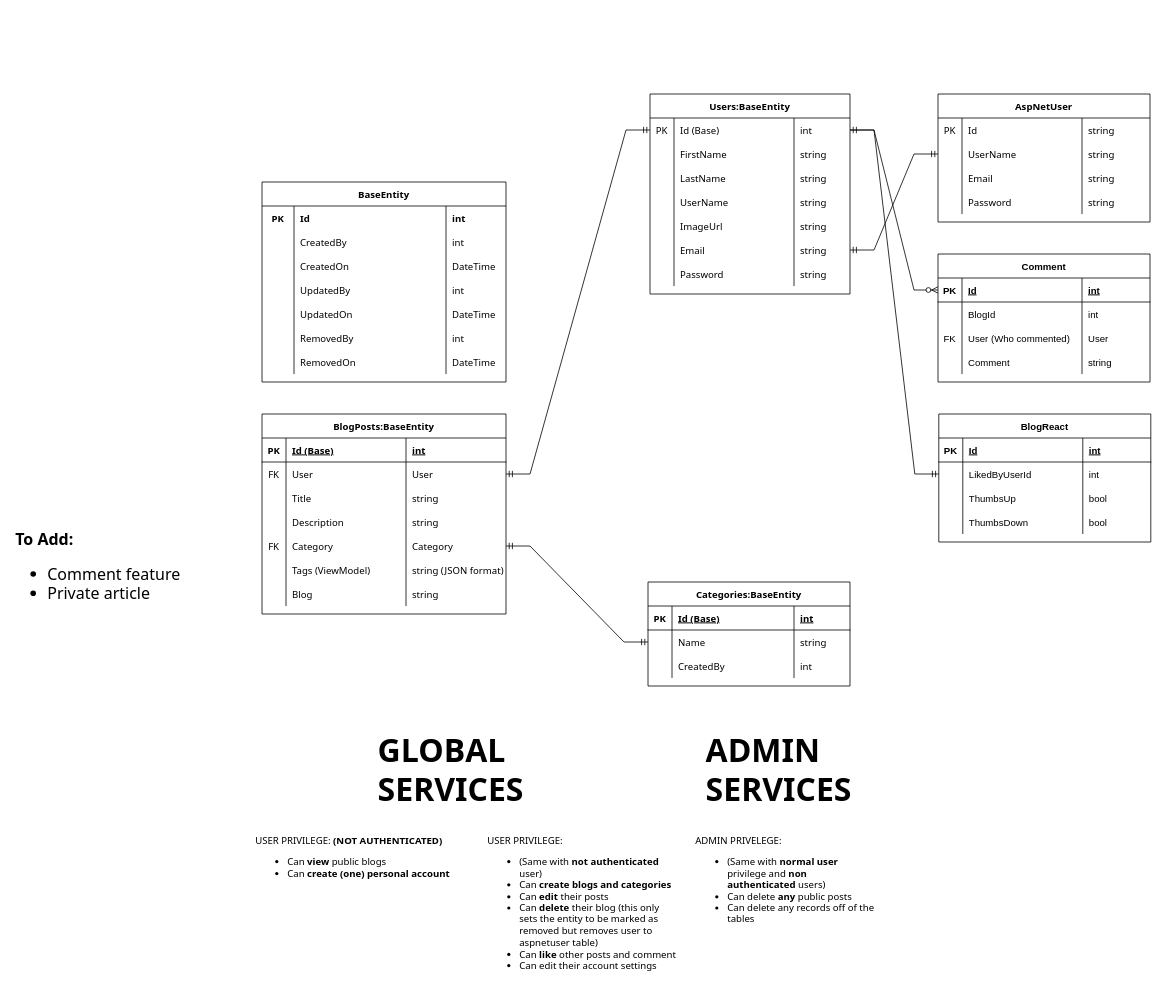
Above: WeBlog.drawio in genebit/draw.io-diagrams (draw.io), before the change. Source tidied: cells renumbered, new cells numbered last; positions are measured from the earlier drawing's top-left corner, leaving out a move shared by most shapes. Both pictures are drawn from the tidied source at 80%, with x=0, y=0 at pixel (14, 94).
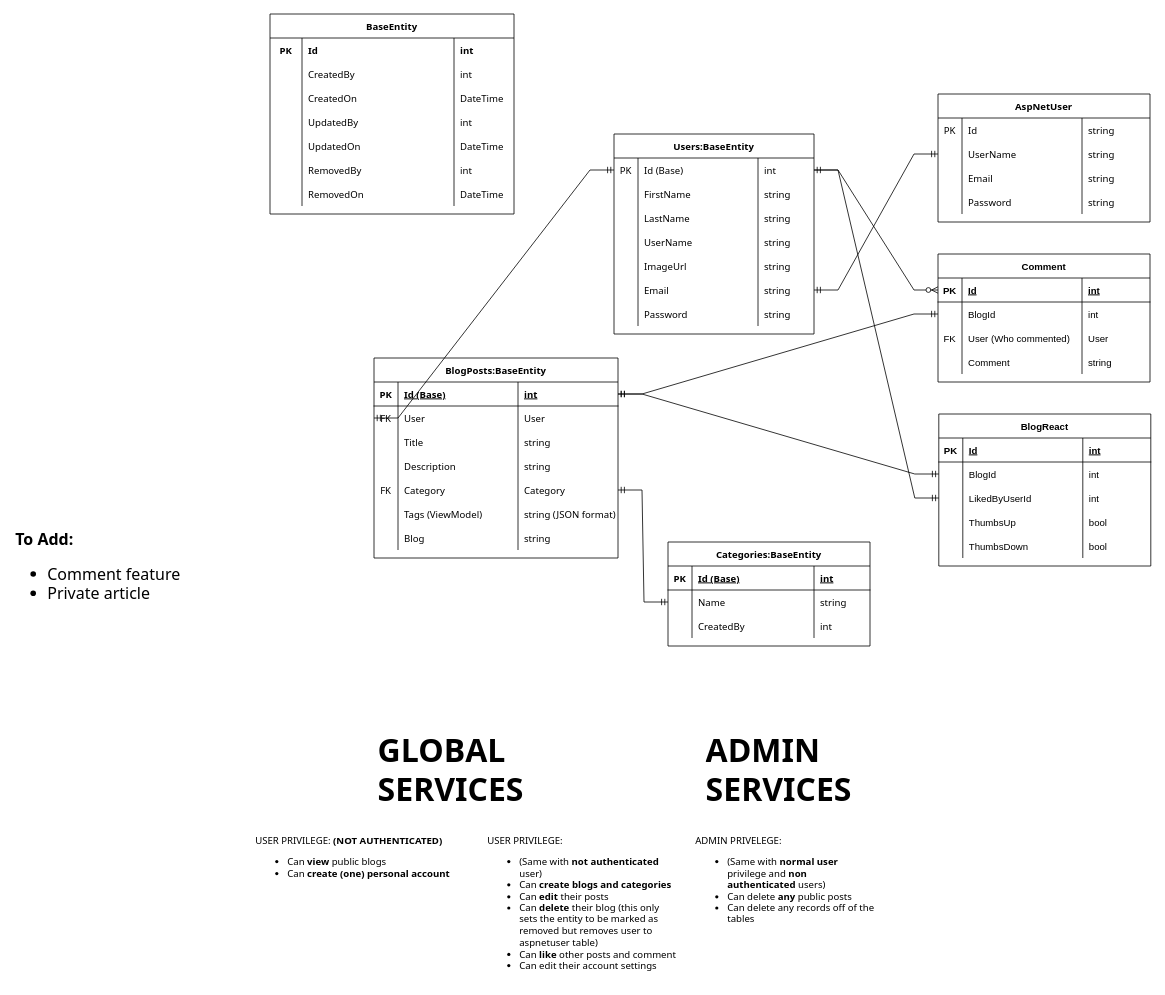
The same page after the edit.

Unchanged cells that the change refers to:
```xml
<mxCell id="3" style="shape=tableRow;horizontal=0;startSize=0;swimlaneHead=0;swimlaneBody=0;fillColor=none;points=[[0,0.5],[1,0.5]];portConstraint=eastwest;top=0;left=0;right=0;bottom=1;fontFamily=Tahoma;" parent="2" vertex="1">
  <mxGeometry y="30" width="305" height="30" as="geometry" />
</mxCell>
<mxCell id="7" style="shape=tableRow;horizontal=0;startSize=0;swimlaneHead=0;swimlaneBody=0;fillColor=none;points=[[0,0.5],[1,0.5]];portConstraint=eastwest;top=0;left=0;right=0;bottom=0;fontFamily=Tahoma;" parent="2" vertex="1">
  <mxGeometry y="60" width="305" height="30" as="geometry" />
</mxCell>
<mxCell id="32" style="shape=tableRow;horizontal=0;startSize=0;swimlaneHead=0;swimlaneBody=0;fillColor=none;points=[[0,0.5],[1,0.5]];portConstraint=eastwest;top=0;left=0;right=0;bottom=0;fontFamily=Tahoma;" parent="31" vertex="1">
  <mxGeometry y="30" width="250" height="30" as="geometry" />
</mxCell>
<mxCell id="133" style="shape=tableRow;horizontal=0;startSize=0;swimlaneHead=0;swimlaneBody=0;fillColor=none;points=[[0,0.5],[1,0.5]];portConstraint=eastwest;top=0;left=0;right=0;bottom=0;" parent="128" vertex="1">
  <mxGeometry y="60" width="265" height="30" as="geometry" />
</mxCell>
```

What changed in the source:
```diff
@@
     <mxCell id="2" value="BlogPosts:BaseEntity" style="shape=table;startSize=30;childLayout=tableLayout;rowLines=0;fontStyle=1;align=center;fontFamily=Tahoma;" parent="1" vertex="1">
-      <mxGeometry x="310" y="400" width="305" height="250" as="geometry" />
+      <mxGeometry x="450" y="330" width="305" height="250" as="geometry" />
     </mxCell>
@@
     <mxCell id="31" value="Users:BaseEntity" style="shape=table;startSize=30;childLayout=tableLayout;rowLines=0;fontStyle=1;align=center;fontFamily=Tahoma;" parent="1" vertex="1">
-      <mxGeometry x="795" width="250" height="250" as="geometry" />
+      <mxGeometry x="750" y="50" width="250" height="250" as="geometry" />
     </mxCell>
@@
     <mxCell id="60" value="Categories:BaseEntity" style="shape=table;startSize=30;childLayout=tableLayout;rowLines=0;fontStyle=1;align=center;fontFamily=Tahoma;" parent="1" vertex="1">
-      <mxGeometry x="792.5" y="610" width="252.5" height="130" as="geometry" />
+      <mxGeometry x="817.5" y="560" width="252.5" height="130" as="geometry" />
     </mxCell>
@@
     <mxCell id="73" value="BaseEntity" style="shape=table;startSize=30;childLayout=tableLayout;rowLines=0;fontStyle=1;align=center;fontFamily=Tahoma;" parent="1" vertex="1">
-      <mxGeometry x="310" y="110" width="305" height="250" as="geometry" />
+      <mxGeometry x="320" y="-100" width="305" height="250" as="geometry" />
     </mxCell>
@@
-    <mxCell id="126" style="edgeStyle=entityRelationEdgeStyle;fontSize=12;html=1;endArrow=ERmandOne;startArrow=ERmandOne;rounded=0;fontFamily=Tahoma;" parent="1" edge="1" source="7" target="32">
+    <mxCell id="126" style="edgeStyle=entityRelationEdgeStyle;fontSize=12;html=1;endArrow=ERmandOne;startArrow=ERmandOne;rounded=0;fontFamily=Tahoma;exitX=0;exitY=0.5;exitDx=0;exitDy=0;" parent="1" edge="1" source="7" target="32">
       <mxGeometry relative="1" as="geometry" />
     </mxCell>
@@
     <mxCell id="145" value="BlogReact" style="shape=table;startSize=30;childLayout=tableLayout;rowLines=0;fontStyle=1;align=center;" parent="1" vertex="1">
-      <mxGeometry x="1156" y="400" width="265" height="160" as="geometry" />
+      <mxGeometry x="1156" y="400" width="265" height="190" as="geometry" />
     </mxCell>
@@
+    <mxCell id="164" style="shape=tableRow;horizontal=0;startSize=0;swimlaneHead=0;swimlaneBody=0;fillColor=none;points=[[0,0.5],[1,0.5]];portConstraint=eastwest;top=0;left=0;right=0;bottom=0;" parent="145" vertex="1">
+      <mxGeometry y="60" width="265" height="30" as="geometry" />
+    </mxCell>
+    <mxCell id="165" style="shape=partialRectangle;fillColor=none;top=0;left=0;bottom=0;right=0;overflow=hidden;" parent="164" vertex="1">
+      <mxGeometry width="30" height="30" as="geometry" />
+    </mxCell>
+    <mxCell id="166" value="BlogId" style="shape=partialRectangle;fillColor=none;top=0;left=0;bottom=0;right=0;align=left;spacingLeft=6;overflow=hidden;" parent="164" vertex="1">
+      <mxGeometry x="30" width="150" height="30" as="geometry" />
+    </mxCell>
+    <mxCell id="167" value="int" style="shape=partialRectangle;fillColor=none;top=0;left=0;bottom=0;right=0;align=left;spacingLeft=6;overflow=hidden;" parent="164" vertex="1">
+      <mxGeometry x="180" width="85" height="30" as="geometry" />
+    </mxCell>
     <mxCell id="150" style="shape=tableRow;horizontal=0;startSize=0;swimlaneHead=0;swimlaneBody=0;fillColor=none;points=[[0,0.5],[1,0.5]];portConstraint=eastwest;top=0;left=0;right=0;bottom=0;" parent="145" vertex="1">
-      <mxGeometry y="60" width="265" height="30" as="geometry" />
+      <mxGeometry y="90" width="265" height="30" as="geometry" />
     </mxCell>
@@
     <mxCell id="154" style="shape=tableRow;horizontal=0;startSize=0;swimlaneHead=0;swimlaneBody=0;fillColor=none;top=0;left=0;right=0;bottom=0;" parent="145" vertex="1">
-      <mxGeometry y="90" width="265" height="30" as="geometry" />
+      <mxGeometry y="120" width="265" height="30" as="geometry" />
     </mxCell>
@@
     <mxCell id="158" style="shape=tableRow;horizontal=0;startSize=0;swimlaneHead=0;swimlaneBody=0;fillColor=none;top=0;left=0;right=0;bottom=0;" parent="145" vertex="1">
-      <mxGeometry y="120" width="265" height="30" as="geometry" />
+      <mxGeometry y="150" width="265" height="30" as="geometry" />
     </mxCell>
@@
+    <mxCell id="168" style="edgeStyle=entityRelationEdgeStyle;fontSize=12;html=1;endArrow=ERmandOne;startArrow=ERmandOne;rounded=0;fontFamily=Tahoma;exitX=1;exitY=0.5;exitDx=0;exitDy=0;entryX=0;entryY=0.5;entryDx=0;entryDy=0;" parent="1" edge="1" source="3" target="164">
+      <mxGeometry relative="1" as="geometry" />
+    </mxCell>
+    <mxCell id="169" style="edgeStyle=entityRelationEdgeStyle;fontSize=12;html=1;endArrow=ERmandOne;startArrow=ERmandOne;rounded=0;fontFamily=Tahoma;exitX=1;exitY=0.5;exitDx=0;exitDy=0;entryX=0;entryY=0.5;entryDx=0;entryDy=0;" parent="1" edge="1" source="3" target="133">
+      <mxGeometry relative="1" as="geometry" />
+    </mxCell>
```
